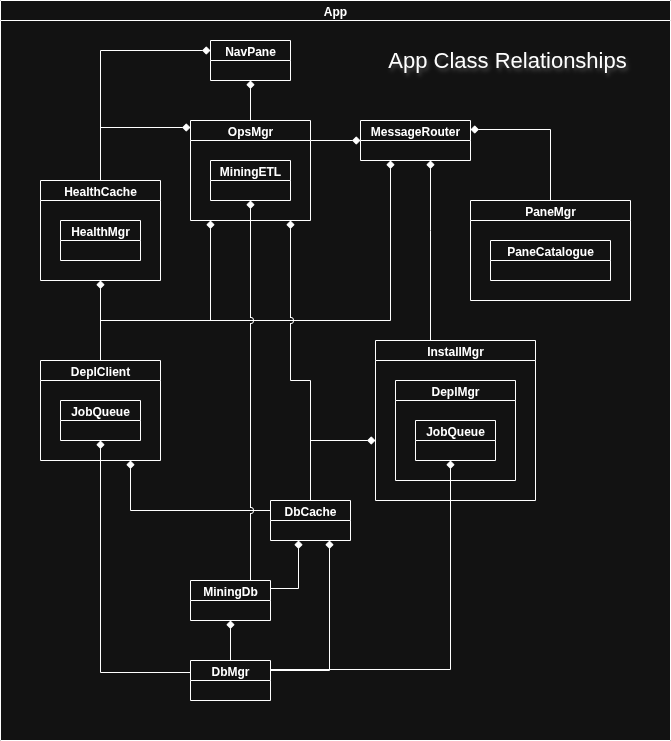
NadimGhaznavi/Db4E keeps this draw.io diagram as images/App-Relationships.png. Above is the earlier version. Source tidied: cells renumbered, new cells last; positions are measured from the earlier drawing's top-left corner, leaving out a move shared by most shapes.
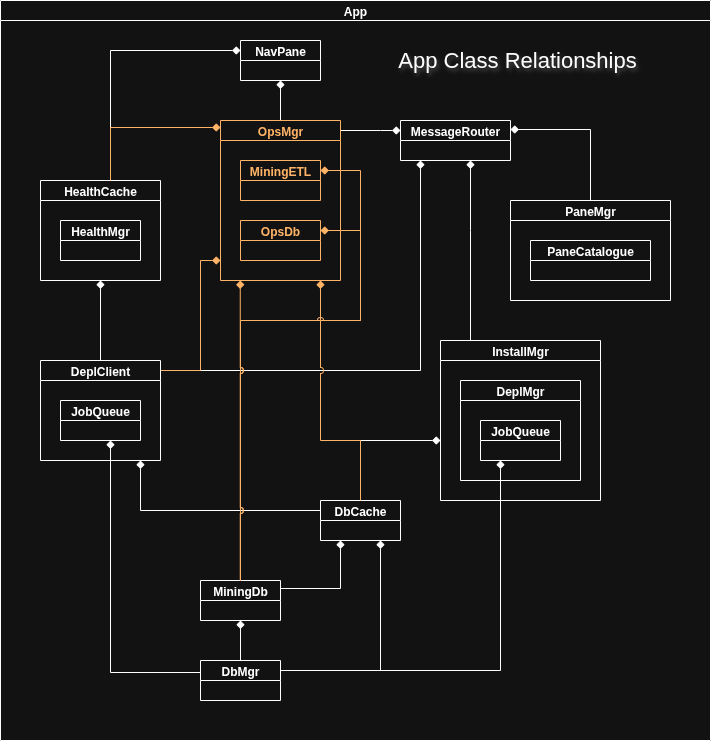
After the commit.

What changed in the source:
```diff
@@ -3,13 +3,13 @@
     <mxCell id="0" />
     <mxCell id="1" parent="0" />
     <mxCell id="2" value="App" style="swimlane;startSize=20;" parent="1" vertex="1">
-      <mxGeometry width="670" height="740" as="geometry" />
+      <mxGeometry width="710" height="740" as="geometry" />
     </mxCell>
     <mxCell id="3" style="rounded=0;jettySize=auto;html=1;startArrow=diamond;startFill=1;endArrow=none;endFill=0;edgeStyle=orthogonalEdgeStyle;" parent="2" edge="1" source="27" target="8">
       <mxGeometry relative="1" as="geometry">
         <Array as="points">
-          <mxPoint x="430" y="230" />
-          <mxPoint x="430" y="230" />
+          <mxPoint x="470" y="230" />
+          <mxPoint x="470" y="230" />
         </Array>
       </mxGeometry>
     </mxCell>
@@ -19,28 +19,27 @@
     <mxCell id="5" style="rounded=0;jettySize=auto;html=1;startArrow=diamond;startFill=1;endArrow=none;endFill=0;edgeStyle=orthogonalEdgeStyle;" parent="2" edge="1" source="27" target="12">
       <mxGeometry relative="1" as="geometry">
         <Array as="points">
-          <mxPoint x="287" y="132" />
-          <mxPoint x="287" y="132" />
+          <mxPoint x="380" y="130" />
+          <mxPoint x="380" y="130" />
         </Array>
       </mxGeometry>
     </mxCell>
     <mxCell id="6" style="rounded=0;jettySize=auto;html=1;startArrow=diamond;startFill=1;endArrow=none;endFill=0;edgeStyle=orthogonalEdgeStyle;" parent="2" edge="1" source="27" target="24">
       <mxGeometry relative="1" as="geometry">
         <Array as="points">
-          <mxPoint x="390" y="320" />
-          <mxPoint x="100" y="320" />
+          <mxPoint x="420" y="370" />
         </Array>
       </mxGeometry>
     </mxCell>
     <mxCell id="7" style="rounded=0;jettySize=auto;html=1;startArrow=diamond;startFill=1;endArrow=none;endFill=0;edgeStyle=orthogonalEdgeStyle;" parent="2" edge="1" source="27" target="28">
       <mxGeometry relative="1" as="geometry">
         <Array as="points">
-          <mxPoint x="550" y="129" />
+          <mxPoint x="590" y="129" />
         </Array>
       </mxGeometry>
     </mxCell>
     <mxCell id="8" value="InstallMgr" style="swimlane;startSize=20;" parent="2" vertex="1">
-      <mxGeometry x="375" y="340" width="160" height="160" as="geometry" />
+      <mxGeometry x="440" y="340" width="160" height="160" as="geometry" />
     </mxCell>
     <mxCell id="9" value="DeplMgr" style="swimlane;startSize=20;" parent="8" vertex="1">
       <mxGeometry x="20" y="40" width="120" height="100" as="geometry" />
@@ -49,53 +48,57 @@
       <mxGeometry x="20" y="40" width="80" height="40" as="geometry" />
     </mxCell>
     <mxCell id="11" value="NavPane" style="swimlane;startSize=20;" parent="2" vertex="1">
-      <mxGeometry x="210" y="40" width="80" height="40" as="geometry" />
+      <mxGeometry x="240" y="40" width="80" height="40" as="geometry" />
     </mxCell>
-    <mxCell id="12" value="OpsMgr" style="swimlane;startSize=20;" parent="2" vertex="1">
-      <mxGeometry x="190" y="120" width="120" height="100" as="geometry" />
+    <mxCell id="12" value="OpsMgr" style="swimlane;startSize=20;strokeColor=light-dark(#000000,#FFB366);fontColor=light-dark(#000000,#FFB366);" parent="2" vertex="1">
+      <mxGeometry x="220" y="120" width="120" height="160" as="geometry" />
     </mxCell>
-    <mxCell id="13" value="MiningETL" style="swimlane;startSize=20;" parent="12" vertex="1">
+    <mxCell id="13" value="MiningETL" style="swimlane;startSize=20;strokeColor=light-dark(#000000,#FFB366);fontColor=light-dark(#000000,#FFB366);" parent="12" vertex="1">
       <mxGeometry x="20" y="40" width="80" height="40" as="geometry" />
     </mxCell>
+    <mxCell id="38" value="OpsDb" style="swimlane;startSize=20;strokeColor=light-dark(#000000,#FFB366);fontColor=light-dark(#000000,#FFB366);" parent="12" vertex="1">
+      <mxGeometry x="20" y="100" width="80" height="40" as="geometry" />
+    </mxCell>
     <mxCell id="14" style="rounded=0;jettySize=auto;html=1;startArrow=diamond;startFill=1;endArrow=none;endFill=0;edgeStyle=orthogonalEdgeStyle;" parent="2" edge="1" source="25" target="15">
       <mxGeometry relative="1" as="geometry">
         <Array as="points">
-          <mxPoint x="100" y="672" />
+          <mxPoint x="110" y="672" />
         </Array>
       </mxGeometry>
     </mxCell>
     <mxCell id="15" value="DbMgr" style="swimlane;startSize=20;" parent="2" vertex="1">
-      <mxGeometry x="190" y="660" width="80" height="40" as="geometry" />
+      <mxGeometry x="200" y="660" width="80" height="40" as="geometry" />
     </mxCell>
     <mxCell id="16" style="rounded=0;jettySize=auto;html=1;startArrow=diamond;startFill=1;endArrow=none;endFill=0;edgeStyle=orthogonalEdgeStyle;" parent="2" edge="1" source="10" target="15">
       <mxGeometry relative="1" as="geometry">
         <Array as="points">
-          <mxPoint x="450" y="669" />
+          <mxPoint x="500" y="670" />
         </Array>
       </mxGeometry>
     </mxCell>
-    <mxCell id="17" style="rounded=0;jettySize=auto;html=1;startArrow=diamond;startFill=1;endArrow=none;endFill=0;edgeStyle=orthogonalEdgeStyle;" parent="2" edge="1" source="18" target="15">
+    <mxCell id="17" style="rounded=0;jettySize=auto;html=1;startArrow=diamond;startFill=1;endArrow=none;endFill=0;edgeStyle=orthogonalEdgeStyle;" parent="2" edge="1" source="18">
       <mxGeometry relative="1" as="geometry">
+        <mxPoint x="290" y="670" as="targetPoint" />
         <Array as="points">
-          <mxPoint x="329" y="670" />
+          <mxPoint x="380" y="670" />
         </Array>
       </mxGeometry>
     </mxCell>
     <mxCell id="18" value="DbCache" style="swimlane;startSize=20;" parent="2" vertex="1">
-      <mxGeometry x="270" y="500" width="80" height="40" as="geometry" />
+      <mxGeometry x="320" y="500" width="80" height="40" as="geometry" />
     </mxCell>
     <mxCell id="19" style="rounded=0;jettySize=auto;html=1;startArrow=diamond;startFill=1;endArrow=none;endFill=0;edgeStyle=orthogonalEdgeStyle;" parent="2" edge="1" source="24" target="18">
       <mxGeometry relative="1" as="geometry">
         <Array as="points">
-          <mxPoint x="130" y="510" />
+          <mxPoint x="140" y="510" />
         </Array>
       </mxGeometry>
     </mxCell>
-    <mxCell id="20" style="rounded=0;jettySize=auto;html=1;startArrow=diamond;startFill=1;endArrow=none;endFill=0;edgeStyle=orthogonalEdgeStyle;" parent="2" edge="1" source="12" target="24">
+    <mxCell id="20" style="rounded=0;jettySize=auto;html=1;startArrow=diamond;startFill=1;endArrow=none;endFill=0;edgeStyle=orthogonalEdgeStyle;strokeColor=light-dark(#000000,#FFB366);" parent="2" edge="1" source="12" target="24">
       <mxGeometry relative="1" as="geometry">
         <Array as="points">
-          <mxPoint x="210" y="320" />
-          <mxPoint x="100" y="320" />
+          <mxPoint x="200" y="260" />
+          <mxPoint x="200" y="370" />
         </Array>
       </mxGeometry>
     </mxCell>
@@ -117,69 +120,89 @@
     <mxCell id="26" style="rounded=0;jettySize=auto;html=1;startArrow=diamond;startFill=1;endArrow=none;endFill=0;edgeStyle=orthogonalEdgeStyle;" parent="2" edge="1" source="11" target="21">
       <mxGeometry relative="1" as="geometry">
         <Array as="points">
-          <mxPoint x="100" y="50" />
+          <mxPoint x="110" y="50" />
         </Array>
       </mxGeometry>
     </mxCell>
     <mxCell id="27" value="MessageRouter" style="swimlane;startSize=20;" parent="2" vertex="1">
-      <mxGeometry x="360" y="120" width="110" height="40" as="geometry" />
+      <mxGeometry x="400" y="120" width="110" height="40" as="geometry" />
     </mxCell>
     <mxCell id="28" value="PaneMgr" style="swimlane;startSize=20;" parent="2" vertex="1">
-      <mxGeometry x="470" y="200" width="160" height="100" as="geometry" />
+      <mxGeometry x="510" y="200" width="160" height="100" as="geometry" />
     </mxCell>
     <mxCell id="29" value="PaneCatalogue" style="swimlane;startSize=20;" parent="28" vertex="1">
       <mxGeometry x="20" y="40" width="120" height="40" as="geometry" />
     </mxCell>
     <mxCell id="30" value="App Class Relationships" style="text;html=1;align=center;verticalAlign=middle;whiteSpace=wrap;rounded=0;textShadow=1;fontSize=22;" parent="2" vertex="1">
-      <mxGeometry x="367" y="45" width="280" height="30" as="geometry" />
+      <mxGeometry x="377" y="45" width="280" height="30" as="geometry" />
     </mxCell>
-    <mxCell id="31" style="rounded=0;jettySize=auto;html=1;startArrow=diamond;startFill=1;endArrow=none;endFill=0;edgeStyle=orthogonalEdgeStyle;" parent="2" edge="1" source="12" target="21">
+    <mxCell id="31" style="rounded=0;jettySize=auto;html=1;startArrow=diamond;startFill=1;endArrow=none;endFill=0;edgeStyle=orthogonalEdgeStyle;strokeColor=light-dark(#000000,#FFB366);" parent="2" edge="1" source="12" target="21">
       <mxGeometry relative="1" as="geometry">
         <Array as="points">
-          <mxPoint x="100" y="127" />
+          <mxPoint x="110" y="127" />
         </Array>
       </mxGeometry>
     </mxCell>
     <mxCell id="32" style="rounded=0;jettySize=auto;html=1;startArrow=diamond;startFill=1;endArrow=none;endFill=0;edgeStyle=orthogonalEdgeStyle;" parent="2" edge="1" source="8" target="18">
       <mxGeometry relative="1" as="geometry">
         <Array as="points">
-          <mxPoint x="310" y="440" />
-          <mxPoint x="240" y="440" />
+          <mxPoint x="360" y="440" />
         </Array>
       </mxGeometry>
     </mxCell>
     <mxCell id="33" style="rounded=0;jettySize=auto;html=1;startArrow=diamond;startFill=1;endArrow=none;endFill=0;edgeStyle=orthogonalEdgeStyle;" parent="2" edge="1" source="35" target="15">
       <mxGeometry relative="1" as="geometry">
         <Array as="points">
-          <mxPoint x="240" y="680" />
-          <mxPoint x="240" y="680" />
+          <mxPoint x="250" y="680" />
+          <mxPoint x="250" y="680" />
         </Array>
       </mxGeometry>
     </mxCell>
-    <mxCell id="34" style="rounded=0;jettySize=auto;html=1;startArrow=diamond;startFill=1;endArrow=none;endFill=0;edgeStyle=orthogonalEdgeStyle;jumpStyle=arc;" parent="2" edge="1" source="12" target="18">
+    <mxCell id="34" style="rounded=0;jettySize=auto;html=1;startArrow=diamond;startFill=1;endArrow=none;endFill=0;edgeStyle=orthogonalEdgeStyle;jumpStyle=arc;strokeColor=light-dark(#000000,#FFB366);" parent="2" edge="1" source="12" target="18">
       <mxGeometry relative="1" as="geometry">
         <Array as="points">
-          <mxPoint x="290" y="380" />
-          <mxPoint x="310" y="380" />
+          <mxPoint x="320" y="440" />
+          <mxPoint x="360" y="440" />
         </Array>
       </mxGeometry>
     </mxCell>
     <mxCell id="35" value="MiningDb" style="swimlane;startSize=20;" parent="2" vertex="1">
-      <mxGeometry x="190" y="580" width="80" height="40" as="geometry" />
+      <mxGeometry x="200" y="580" width="80" height="40" as="geometry" />
     </mxCell>
-    <mxCell id="36" style="rounded=0;jettySize=auto;html=1;startArrow=diamond;startFill=1;endArrow=none;endFill=0;edgeStyle=orthogonalEdgeStyle;jumpStyle=arc;" parent="2" edge="1" source="13" target="35">
+    <mxCell id="36" style="rounded=0;jettySize=auto;html=1;startArrow=diamond;startFill=1;endArrow=none;endFill=0;edgeStyle=orthogonalEdgeStyle;jumpStyle=arc;strokeColor=light-dark(#000000,#FFB366);" parent="2" edge="1" source="13" target="35">
       <mxGeometry relative="1" as="geometry">
         <Array as="points">
-          <mxPoint x="230" y="600" />
+          <mxPoint x="360" y="170" />
+          <mxPoint x="360" y="320" />
+          <mxPoint x="240" y="320" />
         </Array>
       </mxGeometry>
     </mxCell>
     <mxCell id="37" style="rounded=0;jettySize=auto;html=1;startArrow=diamond;startFill=1;endArrow=none;endFill=0;edgeStyle=orthogonalEdgeStyle;" parent="2" edge="1" source="18" target="35">
       <mxGeometry relative="1" as="geometry">
         <Array as="points">
-          <mxPoint x="298" y="588" />
+          <mxPoint x="340" y="588" />
         </Array>
       </mxGeometry>
     </mxCell>
+    <mxCell id="39" style="rounded=0;orthogonalLoop=1;jettySize=auto;html=1;startArrow=diamond;startFill=1;endArrow=none;endFill=0;edgeStyle=orthogonalEdgeStyle;jumpStyle=arc;strokeColor=light-dark(#000000,#FFB366);" parent="2" edge="1">
+      <mxGeometry relative="1" as="geometry">
+        <mxPoint x="239.8" y="280" as="sourcePoint" />
+        <mxPoint x="239.8" y="580" as="targetPoint" />
+        <Array as="points">
+          <mxPoint x="239.8" y="430" />
+          <mxPoint x="239.8" y="430" />
+        </Array>
+      </mxGeometry>
+    </mxCell>
+    <mxCell id="40" style="rounded=0;jettySize=auto;html=1;startArrow=diamond;startFill=1;endArrow=none;endFill=0;edgeStyle=orthogonalEdgeStyle;strokeColor=light-dark(#000000,#FFB366);" parent="2" edge="1" source="38" target="35">
+      <mxGeometry relative="1" as="geometry">
+        <Array as="points">
+          <mxPoint x="360" y="230" />
+          <mxPoint x="360" y="320" />
+          <mxPoint x="240" y="320" />
+        </Array>
+      </mxGeometry>
+    </mxCell>
   </root>
 </mxGraphModel>
```
